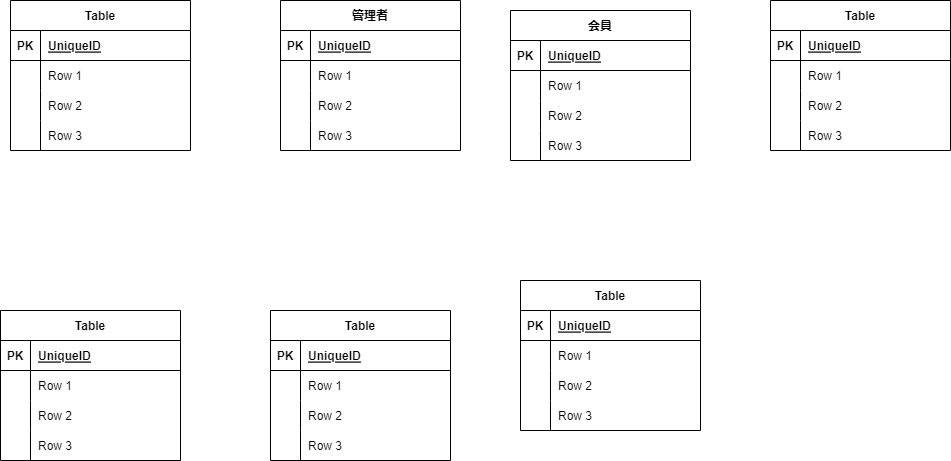
The draw.io diagram ストロー.drawio.png in kiruha81/Straw, before a commit. Source tidied: cells renumbered, new cells last; positions are measured from the earlier drawing's top-left corner, leaving out a move shared by most shapes.
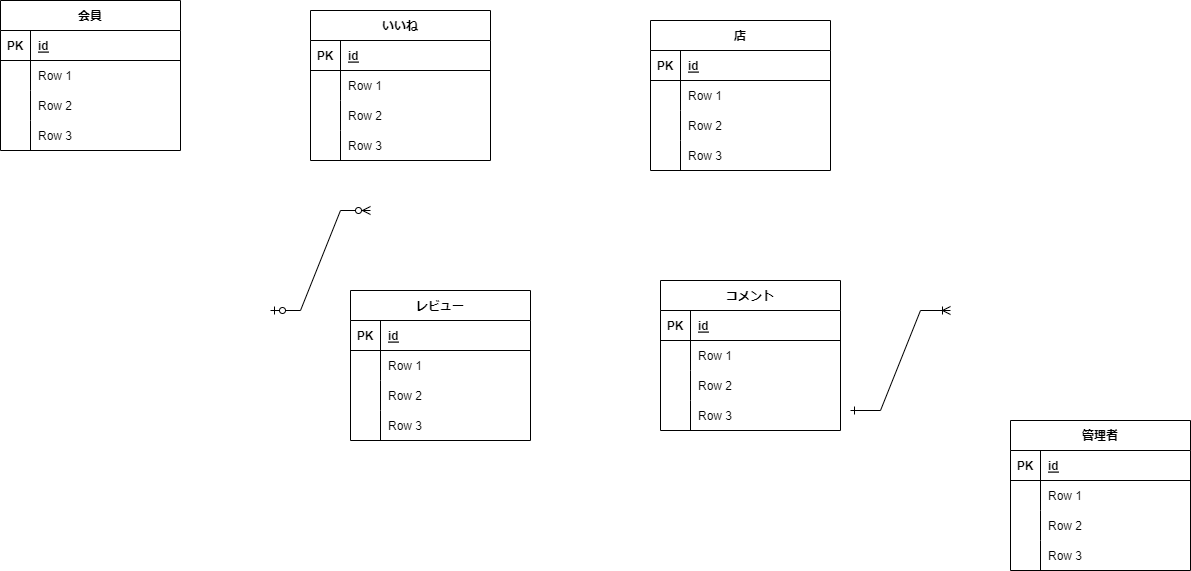
Above is the later version.

Diff of the diagram source:
```diff
@@ -3,7 +3,7 @@
     <mxCell id="0" />
     <mxCell id="1" parent="0" />
     <mxCell id="2" value="管理者" style="shape=table;startSize=30;rowLines=0;fontStyle=1;align=center;" parent="1" vertex="1">
-      <mxGeometry x="280" width="180" height="150" as="geometry" />
+      <mxGeometry x="510" y="430" width="180" height="150" as="geometry" />
     </mxCell>
     <mxCell id="3" style="shape=tableRow;horizontal=0;startSize=0;swimlaneHead=0;swimlaneBody=0;fillColor=none;top=0;left=0;right=0;bottom=1;" parent="2" vertex="1">
       <mxGeometry y="30" width="180" height="30" as="geometry" />
@@ -11,7 +11,7 @@
     <mxCell id="4" value="PK" style="shape=partialRectangle;fillColor=none;top=0;left=0;bottom=0;right=0;fontStyle=1;overflow=hidden;" parent="3" vertex="1">
       <mxGeometry width="30" height="30" as="geometry" />
     </mxCell>
-    <mxCell id="5" value="UniqueID" style="shape=partialRectangle;fillColor=none;top=0;left=0;bottom=0;right=0;align=left;spacingLeft=6;fontStyle=5;overflow=hidden;" parent="3" vertex="1">
+    <mxCell id="5" value="id" style="shape=partialRectangle;fillColor=none;top=0;left=0;bottom=0;right=0;align=left;spacingLeft=6;fontStyle=5;overflow=hidden;" parent="3" vertex="1">
       <mxGeometry x="30" width="150" height="30" as="geometry" />
     </mxCell>
     <mxCell id="6" style="shape=tableRow;horizontal=0;startSize=0;swimlaneHead=0;swimlaneBody=0;fillColor=none;top=0;left=0;right=0;bottom=0;" parent="2" vertex="1">
@@ -41,8 +41,8 @@
     <mxCell id="14" value="Row 3" style="shape=partialRectangle;fillColor=none;top=0;left=0;bottom=0;right=0;align=left;spacingLeft=6;overflow=hidden;" parent="12" vertex="1">
       <mxGeometry x="30" width="150" height="30" as="geometry" />
     </mxCell>
-    <mxCell id="15" value="Table" style="shape=table;startSize=30;rowLines=0;fontStyle=1;align=center;" parent="1" vertex="1">
-      <mxGeometry x="520" y="280" width="180" height="150" as="geometry" />
+    <mxCell id="15" value="レビュー" style="shape=table;startSize=30;rowLines=0;fontStyle=1;align=center;" parent="1" vertex="1">
+      <mxGeometry x="-150" y="300" width="180" height="150" as="geometry" />
     </mxCell>
     <mxCell id="16" style="shape=tableRow;horizontal=0;startSize=0;swimlaneHead=0;swimlaneBody=0;fillColor=none;top=0;left=0;right=0;bottom=1;" parent="15" vertex="1">
       <mxGeometry y="30" width="180" height="30" as="geometry" />
@@ -50,7 +50,7 @@
     <mxCell id="17" value="PK" style="shape=partialRectangle;fillColor=none;top=0;left=0;bottom=0;right=0;fontStyle=1;overflow=hidden;" parent="16" vertex="1">
       <mxGeometry width="30" height="30" as="geometry" />
     </mxCell>
-    <mxCell id="18" value="UniqueID" style="shape=partialRectangle;fillColor=none;top=0;left=0;bottom=0;right=0;align=left;spacingLeft=6;fontStyle=5;overflow=hidden;" parent="16" vertex="1">
+    <mxCell id="18" value="id" style="shape=partialRectangle;fillColor=none;top=0;left=0;bottom=0;right=0;align=left;spacingLeft=6;fontStyle=5;overflow=hidden;" parent="16" vertex="1">
       <mxGeometry x="30" width="150" height="30" as="geometry" />
     </mxCell>
     <mxCell id="19" style="shape=tableRow;horizontal=0;startSize=0;swimlaneHead=0;swimlaneBody=0;fillColor=none;top=0;left=0;right=0;bottom=0;" parent="15" vertex="1">
@@ -80,47 +80,8 @@
     <mxCell id="27" value="Row 3" style="shape=partialRectangle;fillColor=none;top=0;left=0;bottom=0;right=0;align=left;spacingLeft=6;overflow=hidden;" parent="25" vertex="1">
       <mxGeometry x="30" width="150" height="30" as="geometry" />
     </mxCell>
-    <mxCell id="28" value="Table" style="shape=table;startSize=30;rowLines=0;fontStyle=1;align=center;" parent="1" vertex="1">
-      <mxGeometry y="310" width="180" height="150" as="geometry" />
-    </mxCell>
-    <mxCell id="29" style="shape=tableRow;horizontal=0;startSize=0;swimlaneHead=0;swimlaneBody=0;fillColor=none;top=0;left=0;right=0;bottom=1;" parent="28" vertex="1">
-      <mxGeometry y="30" width="180" height="30" as="geometry" />
-    </mxCell>
-    <mxCell id="30" value="PK" style="shape=partialRectangle;fillColor=none;top=0;left=0;bottom=0;right=0;fontStyle=1;overflow=hidden;" parent="29" vertex="1">
-      <mxGeometry width="30" height="30" as="geometry" />
-    </mxCell>
-    <mxCell id="31" value="UniqueID" style="shape=partialRectangle;fillColor=none;top=0;left=0;bottom=0;right=0;align=left;spacingLeft=6;fontStyle=5;overflow=hidden;" parent="29" vertex="1">
-      <mxGeometry x="30" width="150" height="30" as="geometry" />
-    </mxCell>
-    <mxCell id="32" style="shape=tableRow;horizontal=0;startSize=0;swimlaneHead=0;swimlaneBody=0;fillColor=none;top=0;left=0;right=0;bottom=0;" parent="28" vertex="1">
-      <mxGeometry y="60" width="180" height="30" as="geometry" />
-    </mxCell>
-    <mxCell id="33" style="shape=partialRectangle;fillColor=none;top=0;left=0;bottom=0;right=0;overflow=hidden;" parent="32" vertex="1">
-      <mxGeometry width="30" height="30" as="geometry" />
-    </mxCell>
-    <mxCell id="34" value="Row 1" style="shape=partialRectangle;fillColor=none;top=0;left=0;bottom=0;right=0;align=left;spacingLeft=6;overflow=hidden;" parent="32" vertex="1">
-      <mxGeometry x="30" width="150" height="30" as="geometry" />
-    </mxCell>
-    <mxCell id="35" style="shape=tableRow;horizontal=0;startSize=0;swimlaneHead=0;swimlaneBody=0;fillColor=none;top=0;left=0;right=0;bottom=0;" parent="28" vertex="1">
-      <mxGeometry y="90" width="180" height="30" as="geometry" />
-    </mxCell>
-    <mxCell id="36" style="shape=partialRectangle;fillColor=none;top=0;left=0;bottom=0;right=0;overflow=hidden;" parent="35" vertex="1">
-      <mxGeometry width="30" height="30" as="geometry" />
-    </mxCell>
-    <mxCell id="37" value="Row 2" style="shape=partialRectangle;fillColor=none;top=0;left=0;bottom=0;right=0;align=left;spacingLeft=6;overflow=hidden;" parent="35" vertex="1">
-      <mxGeometry x="30" width="150" height="30" as="geometry" />
-    </mxCell>
-    <mxCell id="38" style="shape=tableRow;horizontal=0;startSize=0;swimlaneHead=0;swimlaneBody=0;fillColor=none;top=0;left=0;right=0;bottom=0;" parent="28" vertex="1">
-      <mxGeometry y="120" width="180" height="30" as="geometry" />
-    </mxCell>
-    <mxCell id="39" style="shape=partialRectangle;fillColor=none;top=0;left=0;bottom=0;right=0;overflow=hidden;" parent="38" vertex="1">
-      <mxGeometry width="30" height="30" as="geometry" />
-    </mxCell>
-    <mxCell id="40" value="Row 3" style="shape=partialRectangle;fillColor=none;top=0;left=0;bottom=0;right=0;align=left;spacingLeft=6;overflow=hidden;" parent="38" vertex="1">
-      <mxGeometry x="30" width="150" height="30" as="geometry" />
-    </mxCell>
-    <mxCell id="41" value="Table" style="shape=table;startSize=30;rowLines=0;fontStyle=1;align=center;" parent="1" vertex="1">
-      <mxGeometry x="270" y="310" width="180" height="150" as="geometry" />
+    <mxCell id="41" value="店" style="shape=table;startSize=30;rowLines=0;fontStyle=1;align=center;" parent="1" vertex="1">
+      <mxGeometry x="150" y="30" width="180" height="150" as="geometry" />
     </mxCell>
     <mxCell id="42" style="shape=tableRow;horizontal=0;startSize=0;swimlaneHead=0;swimlaneBody=0;fillColor=none;top=0;left=0;right=0;bottom=1;" parent="41" vertex="1">
       <mxGeometry y="30" width="180" height="30" as="geometry" />
@@ -128,7 +89,7 @@
     <mxCell id="43" value="PK" style="shape=partialRectangle;fillColor=none;top=0;left=0;bottom=0;right=0;fontStyle=1;overflow=hidden;" parent="42" vertex="1">
       <mxGeometry width="30" height="30" as="geometry" />
     </mxCell>
-    <mxCell id="44" value="UniqueID" style="shape=partialRectangle;fillColor=none;top=0;left=0;bottom=0;right=0;align=left;spacingLeft=6;fontStyle=5;overflow=hidden;" parent="42" vertex="1">
+    <mxCell id="44" value="id" style="shape=partialRectangle;fillColor=none;top=0;left=0;bottom=0;right=0;align=left;spacingLeft=6;fontStyle=5;overflow=hidden;" parent="42" vertex="1">
       <mxGeometry x="30" width="150" height="30" as="geometry" />
     </mxCell>
     <mxCell id="45" style="shape=tableRow;horizontal=0;startSize=0;swimlaneHead=0;swimlaneBody=0;fillColor=none;top=0;left=0;right=0;bottom=0;" parent="41" vertex="1">
@@ -158,8 +119,8 @@
     <mxCell id="53" value="Row 3" style="shape=partialRectangle;fillColor=none;top=0;left=0;bottom=0;right=0;align=left;spacingLeft=6;overflow=hidden;" parent="51" vertex="1">
       <mxGeometry x="30" width="150" height="30" as="geometry" />
     </mxCell>
-    <mxCell id="54" value="Table" style="shape=table;startSize=30;rowLines=0;fontStyle=1;align=center;" parent="1" vertex="1">
-      <mxGeometry x="10" width="180" height="150" as="geometry" />
+    <mxCell id="54" value="いいね" style="shape=table;startSize=30;rowLines=0;fontStyle=1;align=center;" parent="1" vertex="1">
+      <mxGeometry x="-190" y="20" width="180" height="150" as="geometry" />
     </mxCell>
     <mxCell id="55" style="shape=tableRow;horizontal=0;startSize=0;swimlaneHead=0;swimlaneBody=0;fillColor=none;top=0;left=0;right=0;bottom=1;" parent="54" vertex="1">
       <mxGeometry y="30" width="180" height="30" as="geometry" />
@@ -167,7 +128,7 @@
     <mxCell id="56" value="PK" style="shape=partialRectangle;fillColor=none;top=0;left=0;bottom=0;right=0;fontStyle=1;overflow=hidden;" parent="55" vertex="1">
       <mxGeometry width="30" height="30" as="geometry" />
     </mxCell>
-    <mxCell id="57" value="UniqueID" style="shape=partialRectangle;fillColor=none;top=0;left=0;bottom=0;right=0;align=left;spacingLeft=6;fontStyle=5;overflow=hidden;" parent="55" vertex="1">
+    <mxCell id="57" value="id" style="shape=partialRectangle;fillColor=none;top=0;left=0;bottom=0;right=0;align=left;spacingLeft=6;fontStyle=5;overflow=hidden;" parent="55" vertex="1">
       <mxGeometry x="30" width="150" height="30" as="geometry" />
     </mxCell>
     <mxCell id="58" style="shape=tableRow;horizontal=0;startSize=0;swimlaneHead=0;swimlaneBody=0;fillColor=none;top=0;left=0;right=0;bottom=0;" parent="54" vertex="1">
@@ -198,7 +159,7 @@
       <mxGeometry x="30" width="150" height="30" as="geometry" />
     </mxCell>
     <mxCell id="67" value="会員" style="shape=table;startSize=30;rowLines=0;fontStyle=1;align=center;" parent="1" vertex="1">
-      <mxGeometry x="510" y="10" width="180" height="150" as="geometry" />
+      <mxGeometry x="-500" y="10" width="180" height="150" as="geometry" />
     </mxCell>
     <mxCell id="68" style="shape=tableRow;horizontal=0;startSize=0;swimlaneHead=0;swimlaneBody=0;fillColor=none;top=0;left=0;right=0;bottom=1;" parent="67" vertex="1">
       <mxGeometry y="30" width="180" height="30" as="geometry" />
@@ -206,7 +167,7 @@
     <mxCell id="69" value="PK" style="shape=partialRectangle;fillColor=none;top=0;left=0;bottom=0;right=0;fontStyle=1;overflow=hidden;" parent="68" vertex="1">
       <mxGeometry width="30" height="30" as="geometry" />
     </mxCell>
-    <mxCell id="70" value="UniqueID" style="shape=partialRectangle;fillColor=none;top=0;left=0;bottom=0;right=0;align=left;spacingLeft=6;fontStyle=5;overflow=hidden;" parent="68" vertex="1">
+    <mxCell id="70" value="id" style="shape=partialRectangle;fillColor=none;top=0;left=0;bottom=0;right=0;align=left;spacingLeft=6;fontStyle=5;overflow=hidden;" parent="68" vertex="1">
       <mxGeometry x="30" width="150" height="30" as="geometry" />
     </mxCell>
     <mxCell id="71" style="shape=tableRow;horizontal=0;startSize=0;swimlaneHead=0;swimlaneBody=0;fillColor=none;top=0;left=0;right=0;bottom=0;" parent="67" vertex="1">
@@ -236,8 +197,8 @@
     <mxCell id="79" value="Row 3" style="shape=partialRectangle;fillColor=none;top=0;left=0;bottom=0;right=0;align=left;spacingLeft=6;overflow=hidden;" parent="77" vertex="1">
       <mxGeometry x="30" width="150" height="30" as="geometry" />
     </mxCell>
-    <mxCell id="80" value="Table" style="shape=table;startSize=30;rowLines=0;fontStyle=1;align=center;" parent="1" vertex="1">
-      <mxGeometry x="770" width="180" height="150" as="geometry" />
+    <mxCell id="80" value="コメント" style="shape=table;startSize=30;rowLines=0;fontStyle=1;align=center;" parent="1" vertex="1">
+      <mxGeometry x="160" y="290" width="180" height="150" as="geometry" />
     </mxCell>
     <mxCell id="81" style="shape=tableRow;horizontal=0;startSize=0;swimlaneHead=0;swimlaneBody=0;fillColor=none;top=0;left=0;right=0;bottom=1;" parent="80" vertex="1">
       <mxGeometry y="30" width="180" height="30" as="geometry" />
@@ -245,7 +206,7 @@
     <mxCell id="82" value="PK" style="shape=partialRectangle;fillColor=none;top=0;left=0;bottom=0;right=0;fontStyle=1;overflow=hidden;" parent="81" vertex="1">
       <mxGeometry width="30" height="30" as="geometry" />
     </mxCell>
-    <mxCell id="83" value="UniqueID" style="shape=partialRectangle;fillColor=none;top=0;left=0;bottom=0;right=0;align=left;spacingLeft=6;fontStyle=5;overflow=hidden;" parent="81" vertex="1">
+    <mxCell id="83" value="id" style="shape=partialRectangle;fillColor=none;top=0;left=0;bottom=0;right=0;align=left;spacingLeft=6;fontStyle=5;overflow=hidden;" parent="81" vertex="1">
       <mxGeometry x="30" width="150" height="30" as="geometry" />
     </mxCell>
     <mxCell id="84" style="shape=tableRow;horizontal=0;startSize=0;swimlaneHead=0;swimlaneBody=0;fillColor=none;top=0;left=0;right=0;bottom=0;" parent="80" vertex="1">
@@ -275,5 +236,17 @@
     <mxCell id="92" value="Row 3" style="shape=partialRectangle;fillColor=none;top=0;left=0;bottom=0;right=0;align=left;spacingLeft=6;overflow=hidden;" parent="90" vertex="1">
       <mxGeometry x="30" width="150" height="30" as="geometry" />
     </mxCell>
+    <mxCell id="93" style="edgeStyle=entityRelationEdgeStyle;fontSize=12;html=1;endArrow=ERzeroToMany;startArrow=ERzeroToOne;rounded=0;" parent="1" edge="1">
+      <mxGeometry relative="1" as="geometry">
+        <mxPoint x="-230" y="320" as="sourcePoint" />
+        <mxPoint x="-130" y="220" as="targetPoint" />
+      </mxGeometry>
+    </mxCell>
+    <mxCell id="94" style="edgeStyle=entityRelationEdgeStyle;fontSize=12;html=1;endArrow=ERoneToMany;startArrow=ERone;rounded=0;endFill=0;startFill=0;" parent="1" edge="1">
+      <mxGeometry relative="1" as="geometry">
+        <mxPoint x="350" y="420" as="sourcePoint" />
+        <mxPoint x="450" y="320" as="targetPoint" />
+      </mxGeometry>
+    </mxCell>
   </root>
 </mxGraphModel>
```
